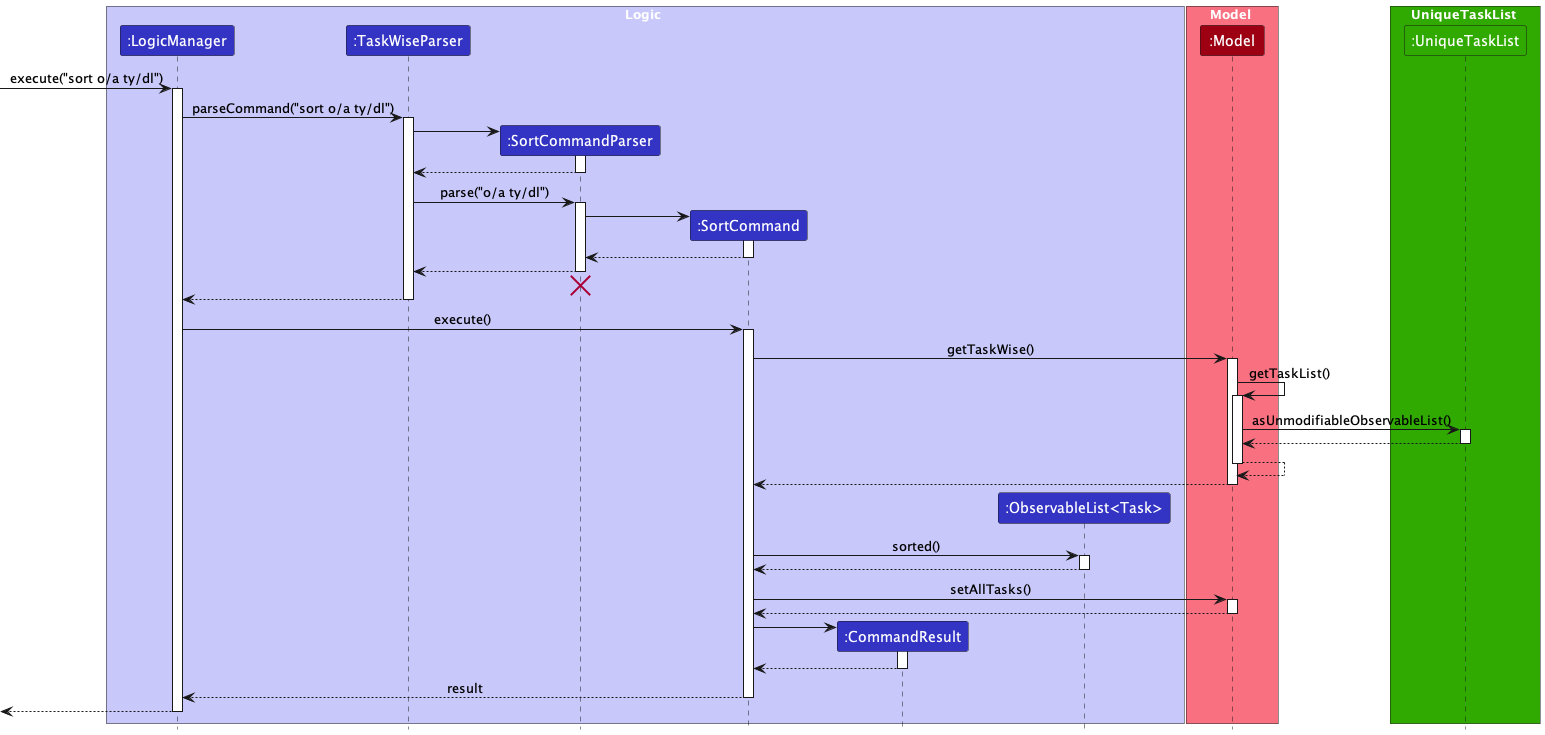
Above: docs/images/SortSequenceDiagram.png in seantehds/tp (PlantUML), before the change. Its diagram source:
```plantuml
@startuml
!include style.puml
skinparam ArrowFontStyle plain

box Logic LOGIC_COLOR_T1
participant ":LogicManager" as LogicManager LOGIC_COLOR
participant ":TaskWiseParser" as TaskWiseParser LOGIC_COLOR
participant ":SortCommandParser" as SortCommandParser LOGIC_COLOR
participant ":SortCommand" as SortCommand LOGIC_COLOR
participant ":CommandResult" as CommandResult LOGIC_COLOR
participant ":ObservableList<Task>" as ObservableList LOGIC_COLOR
end box

box Model MODEL_COLOR_T1
participant ":Model" as Model MODEL_COLOR
end box

box UniqueTaskList #30aa00
participant ":UniqueTaskList" as UniqueTaskList #30aa00
end box

[-> LogicManager : execute("sort o/a ty/dl")
activate LogicManager

LogicManager -> TaskWiseParser : parseCommand("sort o/a ty/dl")
activate TaskWiseParser

create SortCommandParser
TaskWiseParser -> SortCommandParser
activate SortCommandParser

SortCommandParser --> TaskWiseParser
deactivate SortCommandParser

TaskWiseParser -> SortCommandParser : parse("o/a ty/dl")
activate SortCommandParser

create SortCommand
SortCommandParser -> SortCommand
activate SortCommand

SortCommand --> SortCommandParser
deactivate SortCommand

SortCommandParser --> TaskWiseParser
deactivate SortCommandParser
SortCommandParser -[hidden]-> TaskWiseParser
destroy SortCommandParser

TaskWiseParser --> LogicManager
deactivate TaskWiseParser

LogicManager -> SortCommand : execute()
activate SortCommand

SortCommand -> Model : getTaskWise()
activate Model

Model -> Model : getTaskList()
activate Model

Model -> UniqueTaskList : asUnmodifiableObservableList()
activate UniqueTaskList

UniqueTaskList --> Model
deactivate UniqueTaskList

Model --> Model
deactivate Model

Model --> SortCommand

deactivate Model

create ObservableList
SortCommand -[hidden]> ObservableList

SortCommand -> ObservableList : sorted()
activate ObservableList

ObservableList --> SortCommand
deactivate ObservableList

SortCommand -> Model : setAllTasks()
activate Model

Model --> SortCommand
deactivate Model

create CommandResult
SortCommand -> CommandResult
activate CommandResult

CommandResult --> SortCommand
deactivate CommandResult

SortCommand --> LogicManager : result
deactivate SortCommand

[<--LogicManager
deactivate LogicManager
@enduml
```
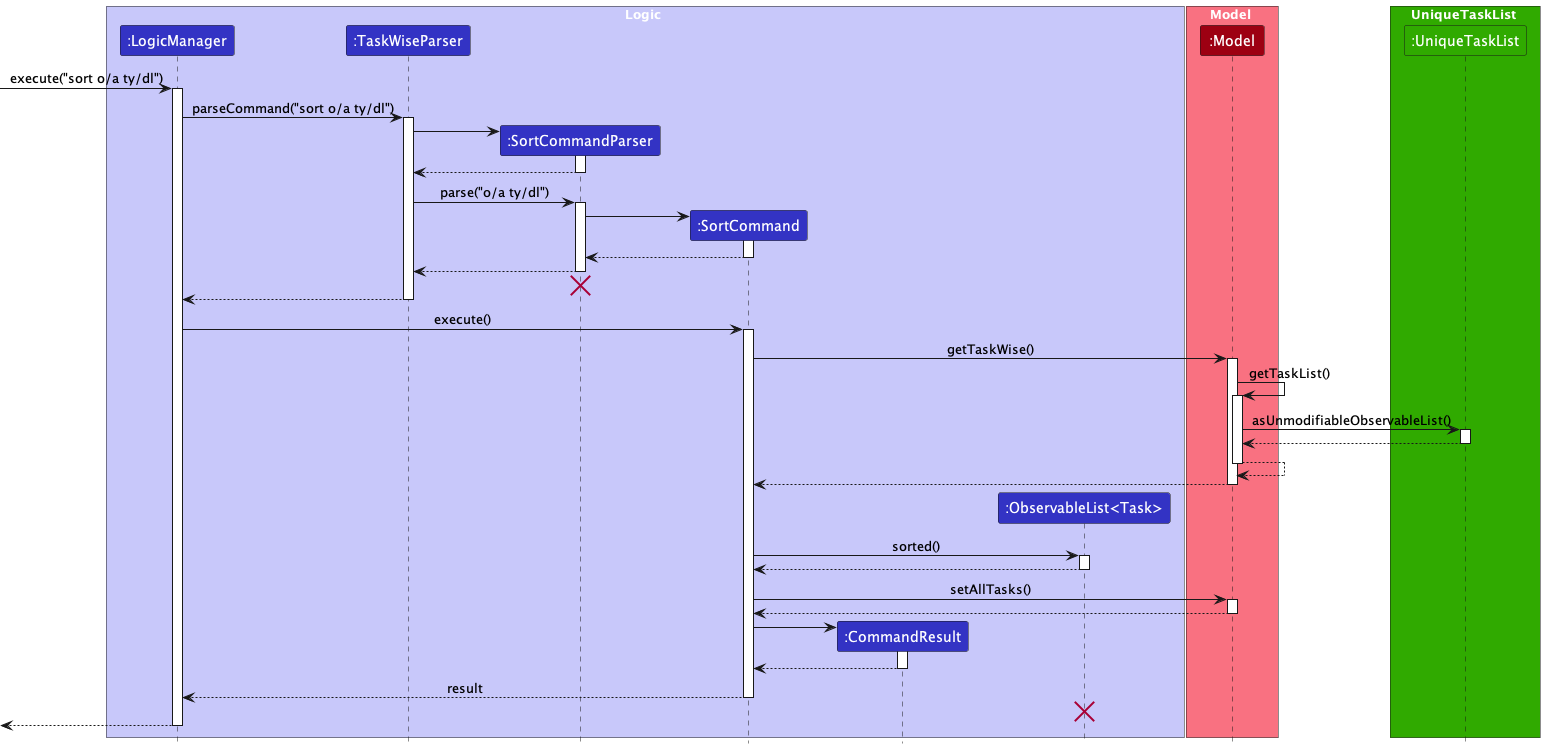
After the change.

Change to the diagram source:
```diff
@@ -97,6 +97,10 @@
 SortCommand --> LogicManager : result
 deactivate SortCommand
 
+SortCommand -[hidden]-> ObservableList
+destroy ObservableList
+
+
 [<--LogicManager
 deactivate LogicManager
 @enduml
```
